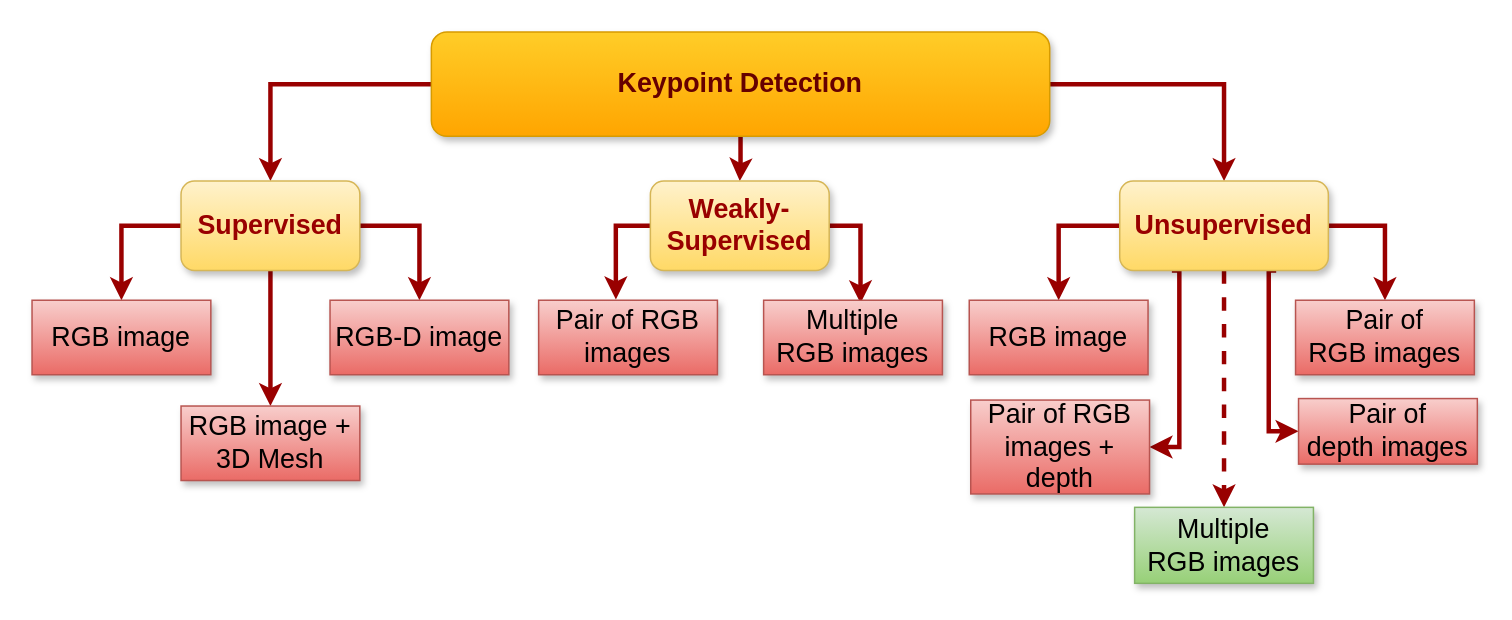
Mike335207/work keeps this draw.io diagram as Untitled Diagram.drawio. Above is the earlier version. Source tidied: cells renumbered, new cells numbered last; positions are measured from the earlier drawing's top-left corner, leaving out a move shared by most shapes. Both pictures are drawn from the tidied source at 149%, with x=0, y=0 at pixel (31, 31).
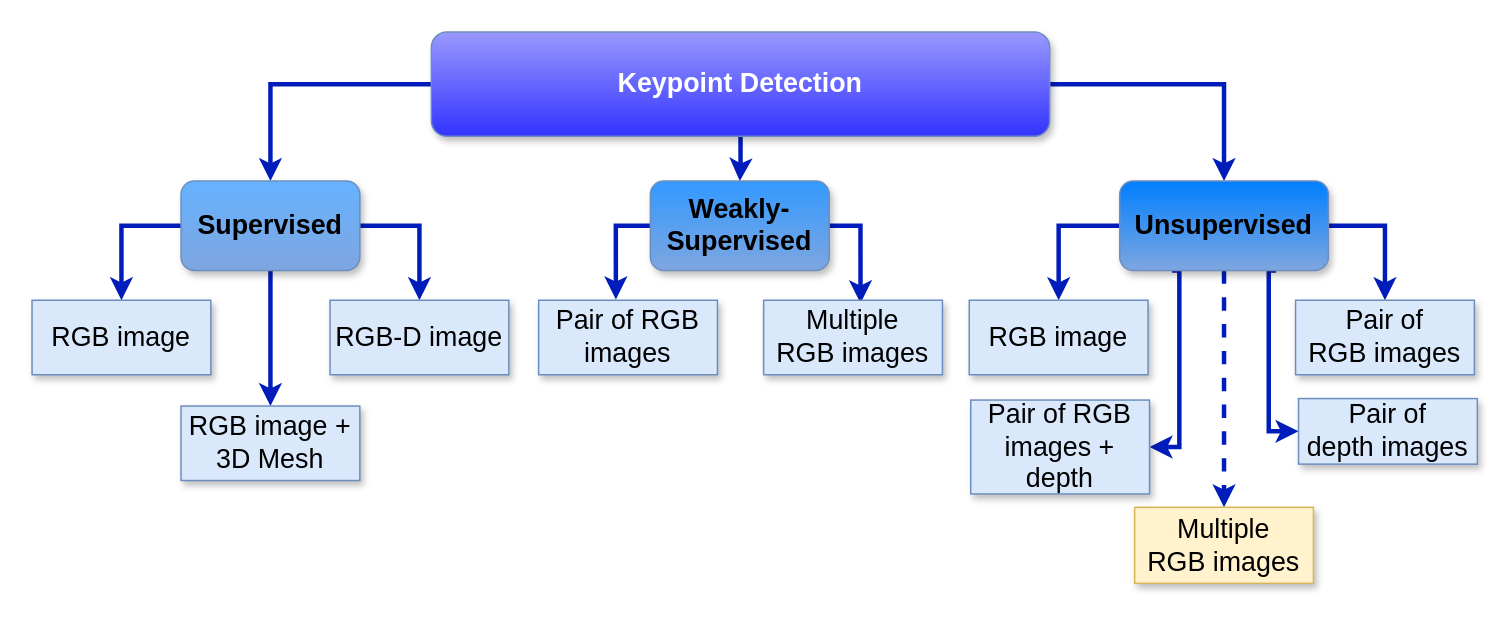
The same diagram, later.

What changed in the source:
```diff
@@
-    <mxCell id="2" style="edgeStyle=orthogonalEdgeStyle;rounded=0;jettySize=auto;html=1;entryX=0.5;entryY=0;entryDx=0;entryDy=0;strokeColor=#990000;strokeWidth=3;fontSize=18;fontStyle=0;" parent="1" edge="1" source="5" target="18">
+    <mxCell id="2" style="edgeStyle=orthogonalEdgeStyle;rounded=0;jettySize=auto;html=1;entryX=0.5;entryY=0;entryDx=0;entryDy=0;strokeColor=#001DBC;strokeWidth=3;fontSize=18;fontStyle=0;fillColor=#0050ef;" parent="1" edge="1" source="5" target="18">
       <mxGeometry relative="1" as="geometry" />
     </mxCell>
-    <mxCell id="3" style="edgeStyle=orthogonalEdgeStyle;rounded=0;jettySize=auto;html=1;exitX=1;exitY=0.5;exitDx=0;exitDy=0;entryX=0.5;entryY=0;entryDx=0;entryDy=0;strokeColor=#990000;strokeWidth=3;fontSize=18;fontStyle=0;" parent="1" edge="1" source="5" target="15">
+    <mxCell id="3" style="edgeStyle=orthogonalEdgeStyle;rounded=0;jettySize=auto;html=1;exitX=1;exitY=0.5;exitDx=0;exitDy=0;entryX=0.5;entryY=0;entryDx=0;entryDy=0;strokeColor=#001DBC;strokeWidth=3;fontSize=18;fontStyle=0;fillColor=#0050ef;" parent="1" edge="1" source="5" target="15">
       <mxGeometry relative="1" as="geometry" />
     </mxCell>
-    <mxCell id="4" style="edgeStyle=orthogonalEdgeStyle;rounded=0;jettySize=auto;html=1;strokeColor=#990000;strokeWidth=3;fontSize=18;fontStyle=0;" parent="1" edge="1" source="5" target="9">
+    <mxCell id="4" style="edgeStyle=orthogonalEdgeStyle;rounded=0;jettySize=auto;html=1;strokeColor=#001DBC;strokeWidth=3;fontSize=18;fontStyle=0;fillColor=#0050ef;" parent="1" edge="1" source="5" target="9">
       <mxGeometry relative="1" as="geometry" />
     </mxCell>
-    <mxCell id="5" value="Keypoint Detection" style="rounded=1;whiteSpace=wrap;html=1;fillColor=#ffcd28;strokeColor=#d79b00;fontStyle=1;gradientColor=#ffa500;shadow=1;fontSize=18;fontColor=#660000;" parent="1" vertex="1">
+    <mxCell id="5" value="Keypoint Detection" style="rounded=1;whiteSpace=wrap;html=1;fillColor=#9999FF;strokeColor=#6c8ebf;fontStyle=1;shadow=1;fontSize=18;gradientColor=#3333FF;fontColor=#FFFFFF;" parent="1" vertex="1">
       <mxGeometry x="268" width="415" height="70" as="geometry" />
     </mxCell>
-    <mxCell id="6" style="edgeStyle=orthogonalEdgeStyle;rounded=0;jettySize=auto;html=1;entryX=0.5;entryY=0;entryDx=0;entryDy=0;exitX=0;exitY=0.5;exitDx=0;exitDy=0;spacing=3;gradientColor=#ea6b66;fillColor=#f8cecc;strokeColor=#990000;strokeWidth=3;fontSize=18;fontStyle=0;" parent="1" edge="1" source="9" target="19">
+    <mxCell id="6" style="edgeStyle=orthogonalEdgeStyle;rounded=0;jettySize=auto;html=1;entryX=0.5;entryY=0;entryDx=0;entryDy=0;exitX=0;exitY=0.5;exitDx=0;exitDy=0;spacing=3;fillColor=#0050ef;strokeColor=#001DBC;strokeWidth=3;fontSize=18;fontStyle=0;" parent="1" edge="1" source="9" target="19">
       <mxGeometry relative="1" as="geometry" />
     </mxCell>
-    <mxCell id="7" style="edgeStyle=orthogonalEdgeStyle;rounded=0;jettySize=auto;html=1;exitX=1;exitY=0.5;exitDx=0;exitDy=0;entryX=0.5;entryY=0;entryDx=0;entryDy=0;strokeColor=#990000;strokeWidth=3;fontSize=18;fontStyle=0;" parent="1" edge="1" source="9" target="20">
+    <mxCell id="7" style="edgeStyle=orthogonalEdgeStyle;rounded=0;jettySize=auto;html=1;exitX=1;exitY=0.5;exitDx=0;exitDy=0;entryX=0.5;entryY=0;entryDx=0;entryDy=0;strokeColor=#001DBC;strokeWidth=3;fontSize=18;fontStyle=0;fillColor=#0050ef;" parent="1" edge="1" source="9" target="20">
       <mxGeometry relative="1" as="geometry" />
     </mxCell>
-    <mxCell id="8" style="edgeStyle=orthogonalEdgeStyle;rounded=0;jettySize=auto;html=1;exitX=0.5;exitY=1;exitDx=0;exitDy=0;strokeColor=#990000;strokeWidth=3;fontSize=18;fontStyle=0;" parent="1" edge="1" source="9" target="21">
+    <mxCell id="8" style="edgeStyle=orthogonalEdgeStyle;rounded=0;jettySize=auto;html=1;exitX=0.5;exitY=1;exitDx=0;exitDy=0;strokeColor=#001DBC;strokeWidth=3;fontSize=18;fontStyle=0;fillColor=#0050ef;" parent="1" edge="1" source="9" target="21">
       <mxGeometry relative="1" as="geometry" />
     </mxCell>
-    <mxCell id="9" value="Supervised" style="rounded=1;whiteSpace=wrap;html=1;fillColor=#fff2cc;strokeColor=#d6b656;fontStyle=1;gradientColor=#ffd966;shadow=1;comic=0;glass=0;fontSize=18;fontColor=#990000;" parent="1" vertex="1">
+    <mxCell id="9" value="Supervised" style="rounded=1;whiteSpace=wrap;html=1;fillColor=#66B2FF;strokeColor=#6c8ebf;fontStyle=1;shadow=1;comic=0;glass=0;fontSize=18;gradientColor=#7ea6e0;" parent="1" vertex="1">
       <mxGeometry x="100" y="100" width="120" height="60" as="geometry" />
     </mxCell>
-    <mxCell id="10" style="edgeStyle=orthogonalEdgeStyle;rounded=0;jettySize=auto;html=1;exitX=0;exitY=0.5;exitDx=0;exitDy=0;strokeColor=#990000;strokeWidth=3;fontSize=18;fontStyle=0;" parent="1" edge="1" source="15" target="24">
+    <mxCell id="10" style="edgeStyle=orthogonalEdgeStyle;rounded=0;jettySize=auto;html=1;exitX=0;exitY=0.5;exitDx=0;exitDy=0;strokeColor=#001DBC;strokeWidth=3;fontSize=18;fontStyle=0;fillColor=#0050ef;" parent="1" edge="1" source="15" target="24">
       <mxGeometry relative="1" as="geometry" />
     </mxCell>
-    <mxCell id="11" style="edgeStyle=orthogonalEdgeStyle;rounded=0;jettySize=auto;html=1;exitX=1;exitY=0.5;exitDx=0;exitDy=0;entryX=0.5;entryY=0;entryDx=0;entryDy=0;strokeColor=#990000;strokeWidth=3;fontSize=18;fontStyle=0;" parent="1" edge="1" source="15" target="25">
+    <mxCell id="11" style="edgeStyle=orthogonalEdgeStyle;rounded=0;jettySize=auto;html=1;exitX=1;exitY=0.5;exitDx=0;exitDy=0;entryX=0.5;entryY=0;entryDx=0;entryDy=0;strokeColor=#001DBC;strokeWidth=3;fontSize=18;fontStyle=0;fillColor=#0050ef;" parent="1" edge="1" source="15" target="25">
       <mxGeometry relative="1" as="geometry" />
     </mxCell>
-    <mxCell id="12" style="edgeStyle=orthogonalEdgeStyle;rounded=0;jettySize=auto;html=1;exitX=0.25;exitY=1;exitDx=0;exitDy=0;entryX=1;entryY=0.5;entryDx=0;entryDy=0;strokeColor=#990000;strokeWidth=3;fontSize=18;fontStyle=0;" parent="1" edge="1" source="15" target="26">
+    <mxCell id="12" style="edgeStyle=orthogonalEdgeStyle;rounded=0;jettySize=auto;html=1;exitX=0.25;exitY=1;exitDx=0;exitDy=0;entryX=1;entryY=0.5;entryDx=0;entryDy=0;strokeColor=#001DBC;strokeWidth=3;fontSize=18;fontStyle=0;fillColor=#0050ef;" parent="1" edge="1" source="15" target="26">
       <mxGeometry relative="1" as="geometry">
         <Array as="points">
           <mxPoint x="770" y="160" />
           <mxPoint x="770" y="279" />
         </Array>
       </mxGeometry>
     </mxCell>
-    <mxCell id="13" style="edgeStyle=orthogonalEdgeStyle;rounded=0;jettySize=auto;html=1;exitX=0.75;exitY=1;exitDx=0;exitDy=0;entryX=0;entryY=0.5;entryDx=0;entryDy=0;strokeColor=#990000;strokeWidth=3;fontSize=18;fontStyle=0;" parent="1" edge="1" source="15" target="27">
+    <mxCell id="13" style="edgeStyle=orthogonalEdgeStyle;rounded=0;jettySize=auto;html=1;exitX=0.75;exitY=1;exitDx=0;exitDy=0;entryX=0;entryY=0.5;entryDx=0;entryDy=0;strokeColor=#001DBC;strokeWidth=3;fontSize=18;fontStyle=0;fillColor=#0050ef;" parent="1" edge="1" source="15" target="27">
       <mxGeometry relative="1" as="geometry">
         <Array as="points">
           <mxPoint x="830" y="160" />
           <mxPoint x="830" y="268" />
         </Array>
       </mxGeometry>
     </mxCell>
-    <mxCell id="14" style="edgeStyle=orthogonalEdgeStyle;rounded=0;jettySize=auto;html=1;exitX=0.5;exitY=1;exitDx=0;exitDy=0;entryX=0.5;entryY=0;entryDx=0;entryDy=0;strokeColor=#990000;strokeWidth=3;dashed=1;fontSize=18;fontStyle=0;" parent="1" edge="1" source="15" target="28">
+    <mxCell id="14" style="edgeStyle=orthogonalEdgeStyle;rounded=0;jettySize=auto;html=1;exitX=0.5;exitY=1;exitDx=0;exitDy=0;entryX=0.5;entryY=0;entryDx=0;entryDy=0;strokeColor=#001DBC;strokeWidth=3;dashed=1;fontSize=18;fontStyle=0;fillColor=#0050ef;" parent="1" edge="1" source="15" target="28">
       <mxGeometry relative="1" as="geometry" />
     </mxCell>
-    <mxCell id="15" value="Unsupervised" style="rounded=1;whiteSpace=wrap;html=1;fillColor=#fff2cc;strokeColor=#d6b656;fontStyle=1;gradientColor=#ffd966;shadow=1;fontSize=18;fontColor=#990000;" parent="1" vertex="1">
+    <mxCell id="15" value="Unsupervised" style="rounded=1;whiteSpace=wrap;html=1;fillColor=#007FFF;strokeColor=#6c8ebf;fontStyle=1;shadow=1;fontSize=18;gradientColor=#7ea6e0;" parent="1" vertex="1">
       <mxGeometry x="730" y="100" width="140" height="60" as="geometry" />
     </mxCell>
-    <mxCell id="16" style="edgeStyle=orthogonalEdgeStyle;rounded=0;jettySize=auto;html=1;exitX=0;exitY=0.5;exitDx=0;exitDy=0;entryX=0.432;entryY=-0.011;entryDx=0;entryDy=0;entryPerimeter=0;strokeColor=#990000;strokeWidth=3;fontSize=18;fontStyle=0;" parent="1" edge="1" source="18" target="22">
+    <mxCell id="16" style="edgeStyle=orthogonalEdgeStyle;rounded=0;jettySize=auto;html=1;exitX=0;exitY=0.5;exitDx=0;exitDy=0;entryX=0.432;entryY=-0.011;entryDx=0;entryDy=0;entryPerimeter=0;strokeColor=#001DBC;strokeWidth=3;fontSize=18;fontStyle=0;fillColor=#0050ef;" parent="1" edge="1" source="18" target="22">
       <mxGeometry relative="1" as="geometry" />
     </mxCell>
-    <mxCell id="17" style="edgeStyle=orthogonalEdgeStyle;rounded=0;jettySize=auto;html=1;exitX=1;exitY=0.5;exitDx=0;exitDy=0;entryX=0.542;entryY=0.041;entryDx=0;entryDy=0;entryPerimeter=0;strokeColor=#990000;strokeWidth=3;fontSize=18;fontStyle=0;" parent="1" edge="1" source="18" target="23">
+    <mxCell id="17" style="edgeStyle=orthogonalEdgeStyle;rounded=0;jettySize=auto;html=1;exitX=1;exitY=0.5;exitDx=0;exitDy=0;entryX=0.542;entryY=0.041;entryDx=0;entryDy=0;entryPerimeter=0;strokeColor=#001DBC;strokeWidth=3;fontSize=18;fontStyle=0;fillColor=#0050ef;" parent="1" edge="1" source="18" target="23">
       <mxGeometry relative="1" as="geometry" />
     </mxCell>
-    <mxCell id="18" value="Weakly-Supervised" style="rounded=1;whiteSpace=wrap;html=1;fillColor=#fff2cc;strokeColor=#d6b656;fontStyle=1;gradientColor=#ffd966;shadow=1;fontSize=18;fontColor=#990000;" parent="1" vertex="1">
+    <mxCell id="18" value="Weakly-Supervised" style="rounded=1;whiteSpace=wrap;html=1;fillColor=#3399FF;strokeColor=#6c8ebf;fontStyle=1;shadow=1;fontSize=18;gradientColor=#7ea6e0;" parent="1" vertex="1">
       <mxGeometry x="415" y="100" width="120" height="60" as="geometry" />
     </mxCell>
-    <mxCell id="19" value="RGB image" style="rounded=0;whiteSpace=wrap;html=1;gradientColor=#ea6b66;fillColor=#f8cecc;strokeColor=#b85450;fontStyle=0;shadow=1;fontSize=18;" parent="1" vertex="1">
+    <mxCell id="19" value="RGB image" style="rounded=0;whiteSpace=wrap;html=1;fillColor=#dae8fc;strokeColor=#6c8ebf;fontStyle=0;shadow=1;fontSize=18;" parent="1" vertex="1">
       <mxGeometry y="180" width="120" height="50" as="geometry" />
     </mxCell>
-    <mxCell id="20" value="RGB-D image" style="rounded=0;whiteSpace=wrap;html=1;gradientColor=#ea6b66;fillColor=#f8cecc;strokeColor=#b85450;fontStyle=0;shadow=1;fontSize=18;" parent="1" vertex="1">
+    <mxCell id="20" value="RGB-D image" style="rounded=0;whiteSpace=wrap;html=1;fillColor=#dae8fc;strokeColor=#6c8ebf;fontStyle=0;shadow=1;fontSize=18;" parent="1" vertex="1">
       <mxGeometry x="200" y="180" width="120" height="50" as="geometry" />
     </mxCell>
-    <mxCell id="21" value="&lt;div style=&quot;font-size: 18px;&quot;&gt;RGB image + &lt;br style=&quot;font-size: 18px;&quot;&gt;&lt;/div&gt;&lt;div style=&quot;font-size: 18px;&quot;&gt;3D Mesh&lt;/div&gt;" style="rounded=0;whiteSpace=wrap;html=1;gradientColor=#ea6b66;fillColor=#f8cecc;strokeColor=#b85450;fontStyle=0;shadow=1;fontSize=18;spacing=1;" parent="1" vertex="1">
+    <mxCell id="21" value="&lt;div style=&quot;font-size: 18px;&quot;&gt;RGB image + &lt;br style=&quot;font-size: 18px;&quot;&gt;&lt;/div&gt;&lt;div style=&quot;font-size: 18px;&quot;&gt;3D Mesh&lt;/div&gt;" style="rounded=0;whiteSpace=wrap;html=1;fillColor=#dae8fc;strokeColor=#6c8ebf;fontStyle=0;shadow=1;fontSize=18;spacing=1;" parent="1" vertex="1">
       <mxGeometry x="100" y="251" width="120" height="50" as="geometry" />
     </mxCell>
-    <mxCell id="22" value="Pair of RGB images" style="rounded=0;whiteSpace=wrap;html=1;gradientColor=#ea6b66;fillColor=#f8cecc;strokeColor=#b85450;fontStyle=0;shadow=1;fontSize=18;" parent="1" vertex="1">
+    <mxCell id="22" value="Pair of RGB images" style="rounded=0;whiteSpace=wrap;html=1;fillColor=#dae8fc;strokeColor=#6c8ebf;fontStyle=0;shadow=1;fontSize=18;" parent="1" vertex="1">
       <mxGeometry x="340" y="180" width="120" height="50" as="geometry" />
     </mxCell>
-    <mxCell id="23" value="&lt;div style=&quot;font-size: 18px;&quot;&gt;Multiple&lt;/div&gt;&lt;div style=&quot;font-size: 18px;&quot;&gt; RGB images&lt;/div&gt;" style="rounded=0;whiteSpace=wrap;html=1;gradientColor=#ea6b66;fillColor=#f8cecc;strokeColor=#b85450;fontStyle=0;shadow=1;fontSize=18;" parent="1" vertex="1">
+    <mxCell id="23" value="&lt;div style=&quot;font-size: 18px;&quot;&gt;Multiple&lt;/div&gt;&lt;div style=&quot;font-size: 18px;&quot;&gt; RGB images&lt;/div&gt;" style="rounded=0;whiteSpace=wrap;html=1;fillColor=#dae8fc;strokeColor=#6c8ebf;fontStyle=0;shadow=1;fontSize=18;" parent="1" vertex="1">
       <mxGeometry x="491" y="180" width="120" height="50" as="geometry" />
     </mxCell>
-    <mxCell id="24" value="RGB image" style="rounded=0;whiteSpace=wrap;html=1;gradientColor=#ea6b66;fillColor=#f8cecc;strokeColor=#b85450;fontStyle=0;shadow=1;fontSize=18;" parent="1" vertex="1">
+    <mxCell id="24" value="RGB image" style="rounded=0;whiteSpace=wrap;html=1;fillColor=#dae8fc;strokeColor=#6c8ebf;fontStyle=0;shadow=1;fontSize=18;" parent="1" vertex="1">
       <mxGeometry x="629" y="180" width="120" height="50" as="geometry" />
     </mxCell>
-    <mxCell id="25" value="&lt;div style=&quot;font-size: 18px;&quot;&gt;Pair of &lt;br style=&quot;font-size: 18px;&quot;&gt;&lt;/div&gt;&lt;div style=&quot;font-size: 18px;&quot;&gt;RGB images&lt;/div&gt;" style="rounded=0;whiteSpace=wrap;html=1;gradientColor=#ea6b66;fillColor=#f8cecc;strokeColor=#b85450;fontStyle=0;shadow=1;fontSize=18;" parent="1" vertex="1">
+    <mxCell id="25" value="&lt;div style=&quot;font-size: 18px;&quot;&gt;Pair of &lt;br style=&quot;font-size: 18px;&quot;&gt;&lt;/div&gt;&lt;div style=&quot;font-size: 18px;&quot;&gt;RGB images&lt;/div&gt;" style="rounded=0;whiteSpace=wrap;html=1;fillColor=#dae8fc;strokeColor=#6c8ebf;fontStyle=0;shadow=1;fontSize=18;" parent="1" vertex="1">
       <mxGeometry x="848" y="180" width="120" height="50" as="geometry" />
     </mxCell>
-    <mxCell id="26" value="Pair of RGB images + depth" style="rounded=0;whiteSpace=wrap;html=1;gradientColor=#ea6b66;fillColor=#f8cecc;strokeColor=#b85450;fontStyle=0;shadow=1;fontSize=18;" parent="1" vertex="1">
+    <mxCell id="26" value="Pair of RGB images + depth" style="rounded=0;whiteSpace=wrap;html=1;fillColor=#dae8fc;strokeColor=#6c8ebf;fontStyle=0;shadow=1;fontSize=18;" parent="1" vertex="1">
       <mxGeometry x="630" y="247" width="120" height="63" as="geometry" />
     </mxCell>
-    <mxCell id="27" value="&lt;div style=&quot;font-size: 18px;&quot;&gt;Pair of &lt;br style=&quot;font-size: 18px;&quot;&gt;&lt;/div&gt;&lt;div style=&quot;font-size: 18px;&quot;&gt;depth images&lt;/div&gt;" style="rounded=0;whiteSpace=wrap;html=1;gradientColor=#ea6b66;fillColor=#f8cecc;strokeColor=#b85450;fontStyle=0;shadow=1;fontSize=18;" parent="1" vertex="1">
+    <mxCell id="27" value="&lt;div style=&quot;font-size: 18px;&quot;&gt;Pair of &lt;br style=&quot;font-size: 18px;&quot;&gt;&lt;/div&gt;&lt;div style=&quot;font-size: 18px;&quot;&gt;depth images&lt;/div&gt;" style="rounded=0;whiteSpace=wrap;html=1;fillColor=#dae8fc;strokeColor=#6c8ebf;fontStyle=0;shadow=1;fontSize=18;" parent="1" vertex="1">
       <mxGeometry x="850" y="246" width="120" height="44" as="geometry" />
     </mxCell>
-    <mxCell id="28" value="&lt;div style=&quot;font-size: 18px;&quot;&gt;Multiple&lt;/div&gt;&lt;div style=&quot;font-size: 18px;&quot;&gt; RGB images&lt;/div&gt;" style="rounded=0;whiteSpace=wrap;html=1;gradientColor=#97d077;fillColor=#d5e8d4;strokeColor=#82b366;fontStyle=0;shadow=1;fontSize=18;" parent="1" vertex="1">
+    <mxCell id="28" value="&lt;div style=&quot;font-size: 18px;&quot;&gt;Multiple&lt;/div&gt;&lt;div style=&quot;font-size: 18px;&quot;&gt; RGB images&lt;/div&gt;" style="rounded=0;whiteSpace=wrap;html=1;fillColor=#fff2cc;strokeColor=#d6b656;fontStyle=0;shadow=1;fontSize=18;" parent="1" vertex="1">
       <mxGeometry x="740" y="319" width="120" height="51" as="geometry" />
     </mxCell>
```
